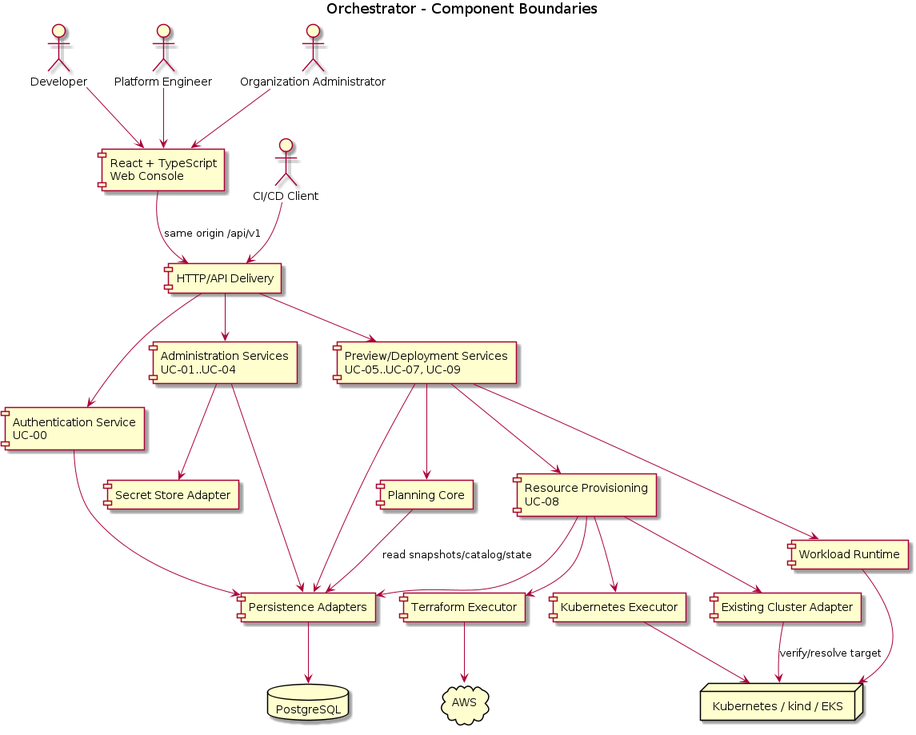
Earlier version of the PlantUML export orchestrator_docs/architecture/components/component-diagram.png (pr3s3nt/poc). Its source is kept beside it as orchestrator_docs/architecture/components/component-diagram.puml.
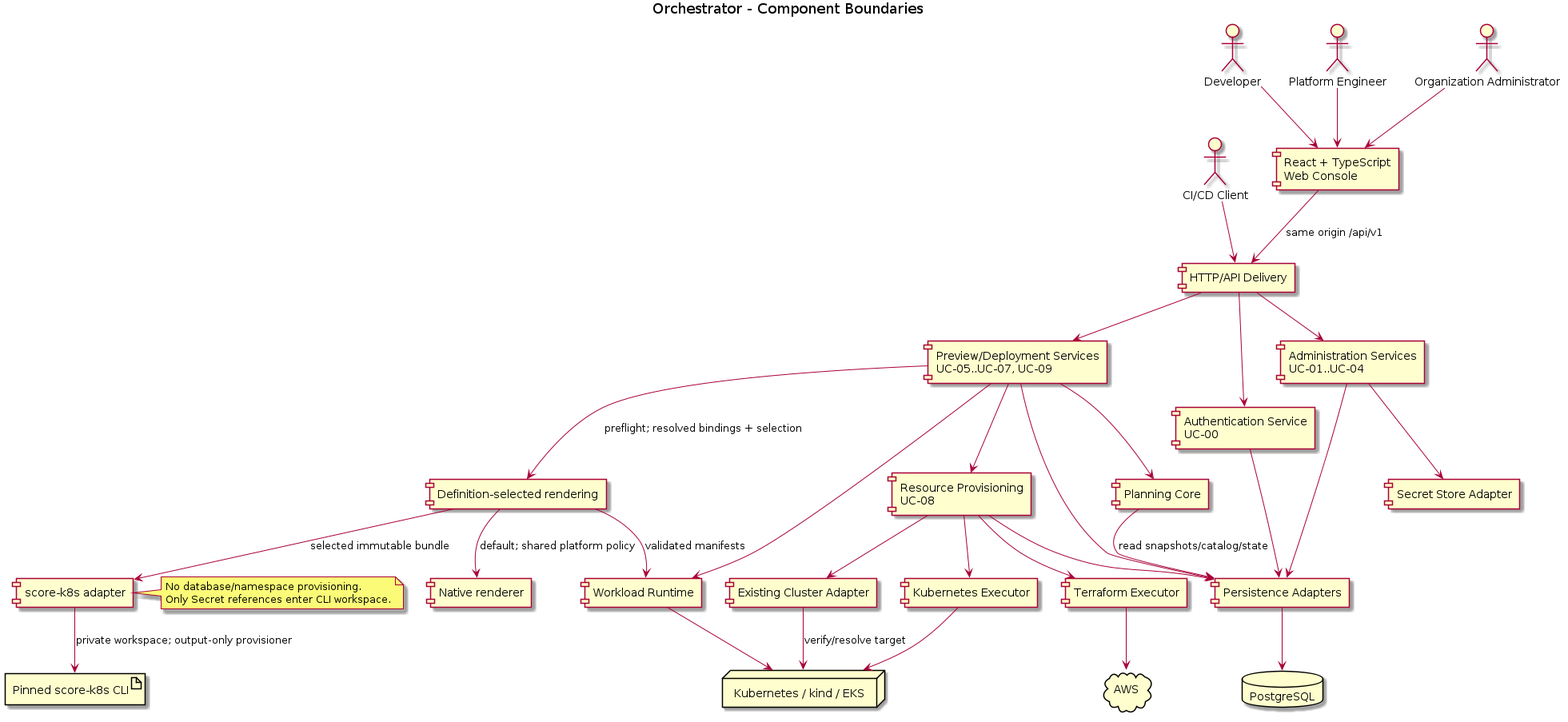
Later version of the same file.

Change to the diagram source:
```diff
@@ -49,4 +49,17 @@
 K8sExecutor --> Kubernetes
 Existing --> Kubernetes : verify/resolve target
 Persistence --> DB
+component "Definition-selected rendering" as Rendering
+component "Native renderer" as Native
+component "score-k8s adapter" as ScoreAdapter
+artifact "Pinned score-k8s CLI" as ScoreCLI
+Deploy --> Rendering : preflight; resolved bindings + selection
+Rendering --> Native : default; shared platform policy
+Rendering --> ScoreAdapter : selected immutable bundle
+ScoreAdapter --> ScoreCLI : private workspace; output-only provisioner
+Rendering --> Workload : validated manifests
+note right of ScoreAdapter
+No database/namespace provisioning.
+Only Secret references enter CLI workspace.
+end note
 @enduml
```
